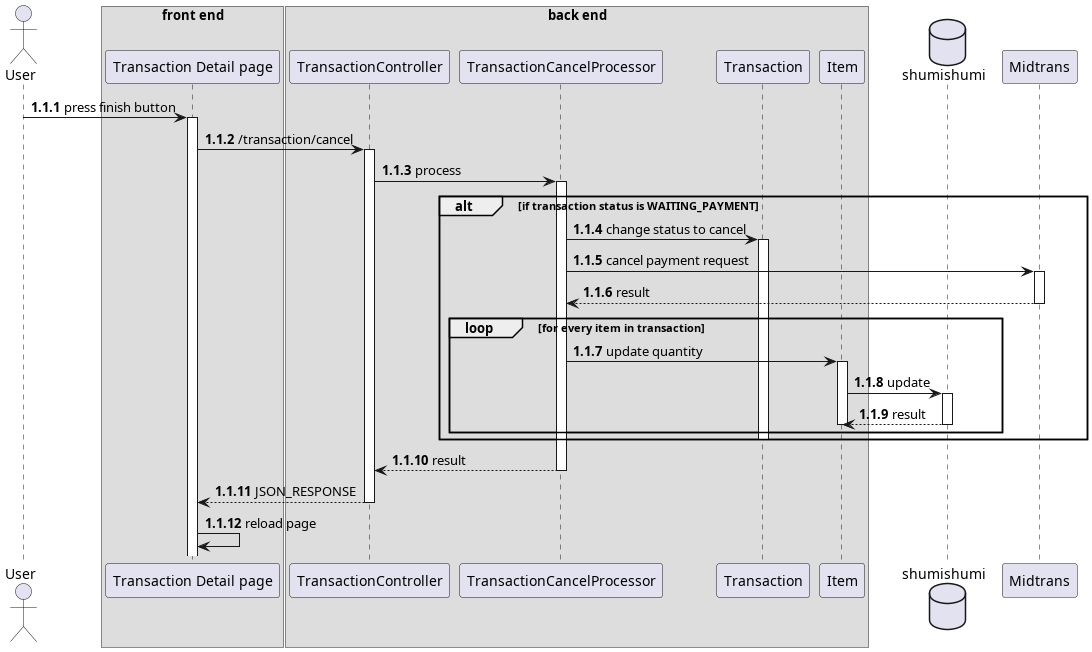
Before: thesis/latex/diagram/sequence diagram/15. transaction/cancel transaction/cancel transaction.png, a diagram exported from PlantUML (aldihsuhandi/skripsi-2023). The source it was exported from:
```plantuml
@startuml template
autonumber 1.1.1

actor User as u

box "front end"
participant "Transaction Detail page" as detail
end box

box "back end"
participant "TransactionController" as tc

participant "TransactionCancelProcessor" as finishproc

Participant "Transaction" as trx
participant "Item" as rm
end box

database shumishumi as db

participant Midtrans as mt

u -> detail++ : press finish button
detail -> tc++ : /transaction/cancel

tc -> finishproc++ : process
alt if transaction status is WAITING_PAYMENT
    finishproc -> trx++ : change status to cancel
    finishproc -> mt++ : cancel payment request
    return result

    loop for every item in transaction
        finishproc -> rm++ : update quantity
        rm -> db++ : update
        return result
        deactivate rm
    end

    deactivate trx
end

return result
return JSON_RESPONSE
detail -> detail : reload page

@enduml
```
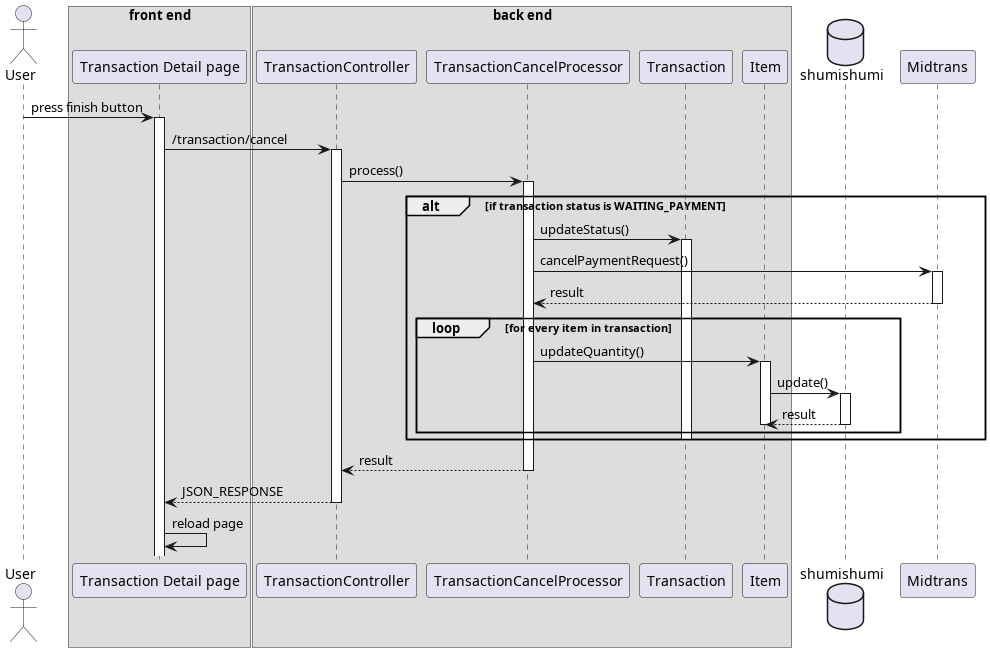
Above is the later version.

The edit, as a diff of the source:
```diff
@@ -1,5 +1,4 @@
 @startuml template
-autonumber 1.1.1
 
 actor User as u
 
@@ -23,15 +22,15 @@
 u -> detail++ : press finish button
 detail -> tc++ : /transaction/cancel
 
-tc -> finishproc++ : process
+tc -> finishproc++ : process()
 alt if transaction status is WAITING_PAYMENT
-    finishproc -> trx++ : change status to cancel
-    finishproc -> mt++ : cancel payment request
+    finishproc -> trx++ : updateStatus()
+    finishproc -> mt++ : cancelPaymentRequest()
     return result
 
     loop for every item in transaction
-        finishproc -> rm++ : update quantity
-        rm -> db++ : update
+        finishproc -> rm++ : updateQuantity()
+        rm -> db++ : update()
         return result
         deactivate rm
     end
```
